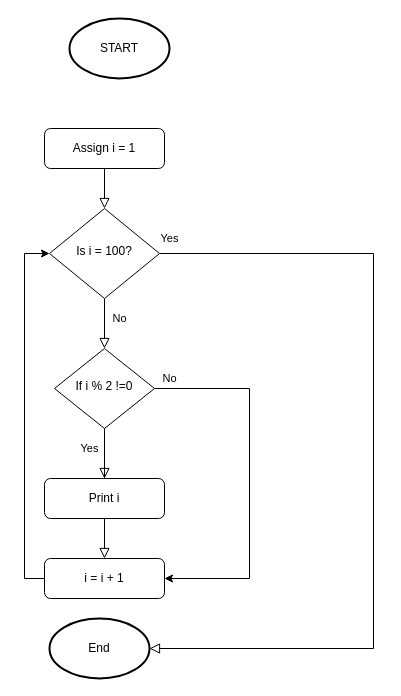
Beskiit/DIAGRAMS keeps this draw.io diagram as Untitled Diagram.drawio. Above is the earlier version. Source tidied: cells renumbered, new cells numbered last; positions are measured from the earlier drawing's top-left corner, leaving out a move shared by most shapes. Both pictures are drawn from the tidied source at 100%, with x=0, y=0 at pixel (24, 18).
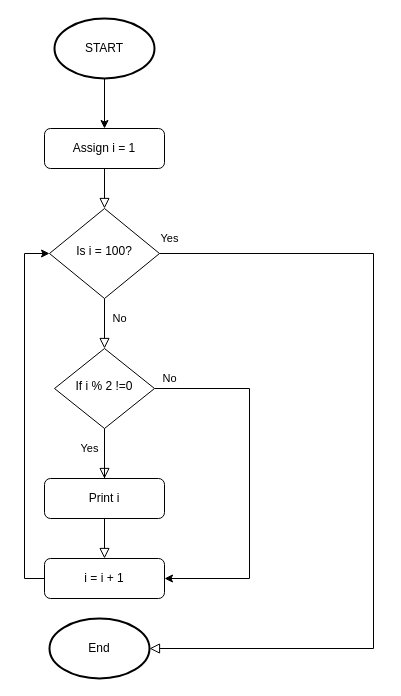
After the change.

The change refers to these unchanged cells:
```xml
<mxCell id="3" value="Assign i = 1" style="rounded=1;whiteSpace=wrap;html=1;fontSize=12;glass=0;strokeWidth=1;shadow=0;" parent="1" vertex="1">
  <mxGeometry x="20" y="110" width="120" height="40" as="geometry" />
</mxCell>
```

The edit, as a diff of the source:
```diff
@@
+    <mxCell id="18" style="edgeStyle=orthogonalEdgeStyle;rounded=0;jettySize=auto;html=1;entryX=0.5;entryY=0;entryDx=0;entryDy=0;" parent="1" edge="1" source="14" target="3">
+      <mxGeometry relative="1" as="geometry" />
+    </mxCell>
     <mxCell id="14" style="strokeWidth=2;html=1;shape=mxgraph.flowchart.start_1;whiteSpace=wrap;" parent="1" vertex="1">
-      <mxGeometry x="45" width="100" height="60" as="geometry" />
+      <mxGeometry x="30" width="100" height="60" as="geometry" />
     </mxCell>
     <mxCell id="15" value="START" style="text;html=1;align=center;verticalAlign=middle;whiteSpace=wrap;rounded=0;" parent="1" vertex="1">
-      <mxGeometry x="65" y="15" width="60" height="30" as="geometry" />
+      <mxGeometry x="50" y="15" width="60" height="30" as="geometry" />
     </mxCell>
```
